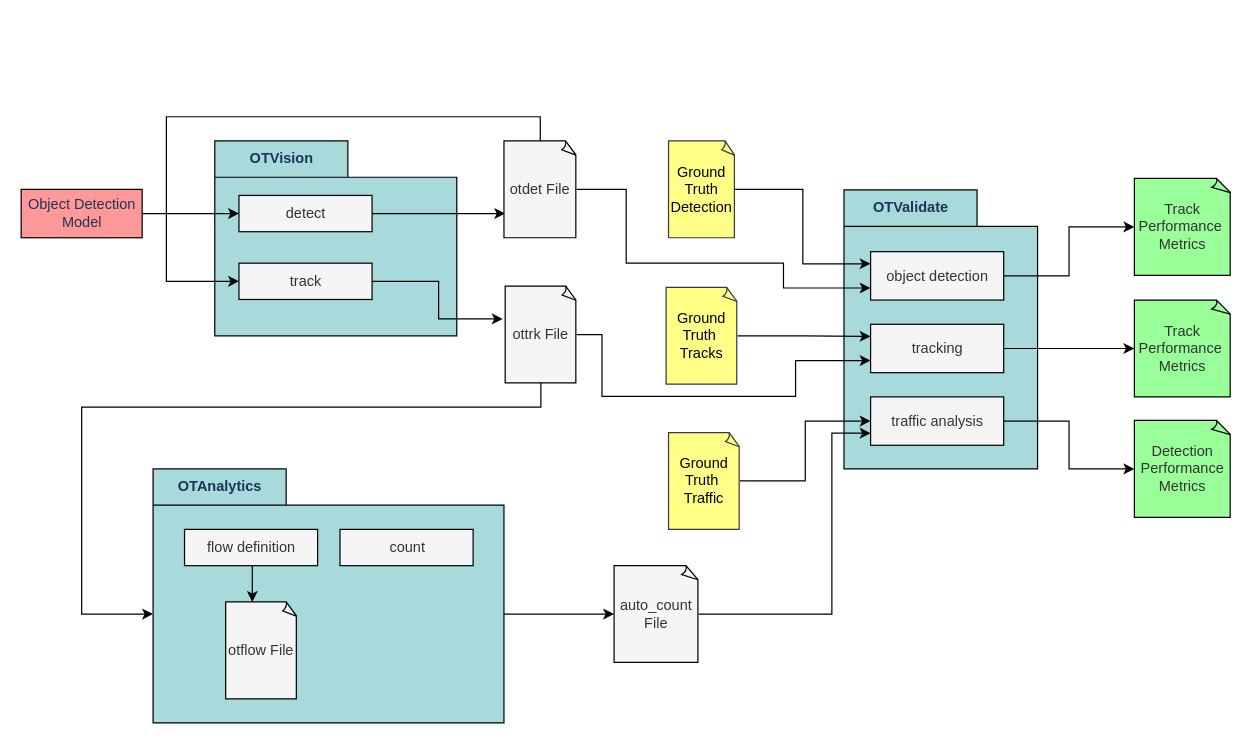
Above: docs/OTLabels/training/assets/otvalidate_overview.drawio in OpenTrafficCam/OTDocs (draw.io), before the change. Source tidied: cells renumbered, new cells numbered last; positions are measured from the earlier drawing's top-left corner, leaving out a move shared by most shapes. Both pictures are drawn from the tidied source at 121%, with x=0, y=0 at pixel (21, 116).
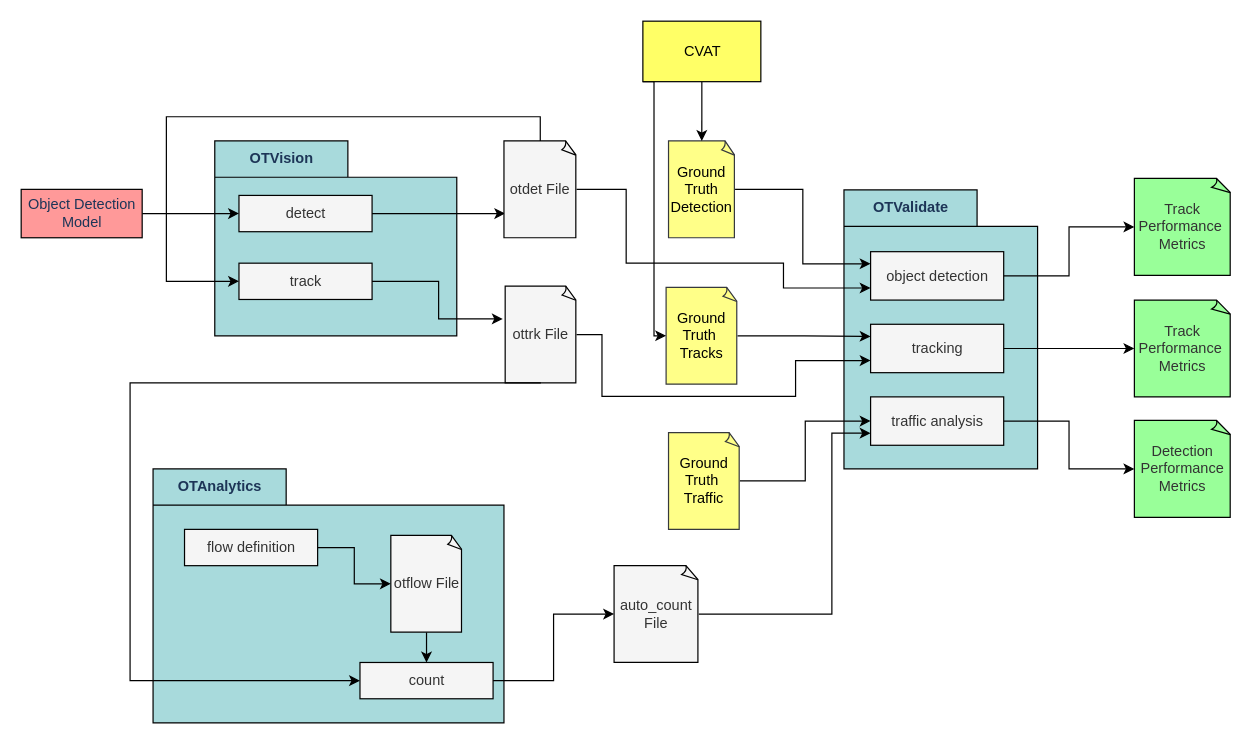
The same diagram, later.

Commit message (it also covers changes not shown here):
Update otvalidate overview diagram

The change refers to these unchanged cells:
```xml
<mxCell id="11" value="auto_count&lt;br&gt;File" style="whiteSpace=wrap;html=1;shape=mxgraph.basic.document;fillColor=#f5f5f5;fontColor=#333333;strokeColor=#000000;" parent="1" vertex="1">
  <mxGeometry x="490" y="371" width="70" height="80" as="geometry" />
</mxCell>
<mxCell id="21" value="Ground Truth Detection" style="whiteSpace=wrap;html=1;shape=mxgraph.basic.document;fillColor=#ffff88;strokeColor=#36393d;fontColor=#000000;" parent="1" vertex="1">
  <mxGeometry x="535" y="20" width="55" height="80" as="geometry" />
</mxCell>
<mxCell id="23" value="Ground Truth&amp;nbsp;&lt;br&gt;Tracks" style="whiteSpace=wrap;html=1;shape=mxgraph.basic.document;fillColor=#ffff88;strokeColor=#36393d;fontColor=#000000;" parent="1" vertex="1">
  <mxGeometry x="533" y="141" width="59" height="80" as="geometry" />
</mxCell>
<mxCell id="27" value="ottrk File" style="whiteSpace=wrap;html=1;shape=mxgraph.basic.document;fillColor=#f5f5f5;fontColor=#333333;strokeColor=#000000;" parent="1" vertex="1">
  <mxGeometry x="400" y="140" width="59" height="80" as="geometry" />
</mxCell>
<mxCell id="33" value="OTAnalytics" style="shape=folder;fontStyle=1;tabWidth=110;tabHeight=30;tabPosition=left;html=1;boundedLbl=1;labelInHeader=1;fillColor=#A8DADC;fontColor=#1D3557;strokeColor=#000000;" parent="1" vertex="1">
  <mxGeometry x="109" y="291" width="290" height="210" as="geometry" />
</mxCell>
<mxCell id="35" value="flow definition" style="html=1;fillColor=#f5f5f5;fontColor=#333333;strokeColor=#000000;" parent="33" vertex="1">
  <mxGeometry width="110" height="30" relative="1" as="geometry">
    <mxPoint x="26" y="50" as="offset" />
  </mxGeometry>
</mxCell>
```

The edit, as a diff of the source:
```diff
@@
-    <mxCell id="31" style="edgeStyle=orthogonalEdgeStyle;rounded=0;jettySize=auto;html=1;exitX=0.5;exitY=1;exitDx=0;exitDy=0;exitPerimeter=0;entryX=0;entryY=0;entryDx=0;entryDy=120;entryPerimeter=0;strokeColor=#000000;" parent="1" edge="1" source="27" target="33">
-      <mxGeometry relative="1" as="geometry">
-        <Array as="points">
-          <mxPoint x="430" y="240" />
-          <mxPoint x="50" y="240" />
-          <mxPoint x="50" y="411" />
-        </Array>
-      </mxGeometry>
-    </mxCell>
-    <mxCell id="32" style="edgeStyle=orthogonalEdgeStyle;rounded=0;jettySize=auto;html=1;exitX=0;exitY=0;exitDx=290;exitDy=120;exitPerimeter=0;entryX=0;entryY=0.5;entryDx=0;entryDy=0;entryPerimeter=0;strokeColor=#000000;" parent="1" edge="1" source="33" target="11">
-      <mxGeometry relative="1" as="geometry" />
-    </mxCell>
@@
-    <mxCell id="34" style="edgeStyle=orthogonalEdgeStyle;rounded=0;jettySize=auto;html=1;exitX=0.5;exitY=1;exitDx=0;exitDy=0;entryX=0.373;entryY=0;entryDx=0;entryDy=0;entryPerimeter=0;strokeColor=#000000;" parent="33" edge="1" source="35" target="38">
+    <mxCell id="34" style="edgeStyle=orthogonalEdgeStyle;rounded=0;jettySize=auto;html=1;exitX=1;exitY=0.5;exitDx=0;exitDy=0;entryX=0;entryY=0.5;entryDx=0;entryDy=0;entryPerimeter=0;strokeColor=#000000;" parent="33" edge="1" source="35" target="38">
       <mxGeometry relative="1" as="geometry" />
     </mxCell>
@@
     <mxCell id="36" value="count" style="html=1;fillColor=#f5f5f5;fontColor=#333333;strokeColor=#000000;" parent="33" vertex="1">
-      <mxGeometry x="154.5" y="50" width="110" height="30" as="geometry" />
+      <mxGeometry x="171" y="160" width="110" height="30" as="geometry" />
     </mxCell>
@@
+    <mxCell id="40" style="edgeStyle=orthogonalEdgeStyle;rounded=0;html=1;exitX=0.5;exitY=1;exitDx=0;exitDy=0;exitPerimeter=0;strokeColor=#000000;" parent="33" edge="1" source="38">
+      <mxGeometry relative="1" as="geometry">
+        <mxPoint x="226" y="160" as="targetPoint" />
+      </mxGeometry>
+    </mxCell>
     <mxCell id="38" value="otflow File" style="whiteSpace=wrap;html=1;shape=mxgraph.basic.document;fillColor=#f5f5f5;fontColor=#333333;strokeColor=#000000;" parent="33" vertex="1">
-      <mxGeometry x="60" y="110" width="59" height="80" as="geometry" />
+      <mxGeometry x="196.5" y="55" width="59" height="80" as="geometry" />
     </mxCell>
@@
+    <mxCell id="41" style="edgeStyle=elbowEdgeStyle;html=1;exitX=0.5;exitY=1;exitDx=0;exitDy=0;exitPerimeter=0;entryX=0;entryY=0.5;entryDx=0;entryDy=0;strokeColor=#000000;rounded=0;" parent="1" edge="1" source="27" target="36">
+      <mxGeometry relative="1" as="geometry">
+        <Array as="points">
+          <mxPoint x="90" y="361" />
+        </Array>
+      </mxGeometry>
+    </mxCell>
+    <mxCell id="32" style="edgeStyle=orthogonalEdgeStyle;rounded=0;jettySize=auto;html=1;exitX=1;exitY=0.5;exitDx=0;exitDy=0;entryX=0;entryY=0.5;entryDx=0;entryDy=0;entryPerimeter=0;strokeColor=#000000;" parent="1" edge="1" source="36" target="11">
+      <mxGeometry relative="1" as="geometry" />
+    </mxCell>
+    <mxCell id="42" style="edgeStyle=none;rounded=0;html=1;exitX=0.5;exitY=1;exitDx=0;exitDy=0;entryX=0.5;entryY=0;entryDx=0;entryDy=0;entryPerimeter=0;strokeColor=#000000;" parent="1" edge="1" source="44" target="21">
+      <mxGeometry relative="1" as="geometry" />
+    </mxCell>
+    <mxCell id="43" style="edgeStyle=elbowEdgeStyle;rounded=0;html=1;exitX=0;exitY=1;exitDx=0;exitDy=0;entryX=0;entryY=0.5;entryDx=0;entryDy=0;entryPerimeter=0;strokeColor=#000000;" parent="1" edge="1" source="44" target="23">
+      <mxGeometry relative="1" as="geometry" />
+    </mxCell>
+    <mxCell id="44" value="&lt;font color=&quot;#000000&quot;&gt;CVAT&lt;/font&gt;" style="html=1;dashed=0;whitespace=wrap;strokeColor=#000000;fillColor=#FFFF66;" parent="1" vertex="1">
+      <mxGeometry x="513.8" y="-79" width="97.5" height="50" as="geometry" />
+    </mxCell>
```
